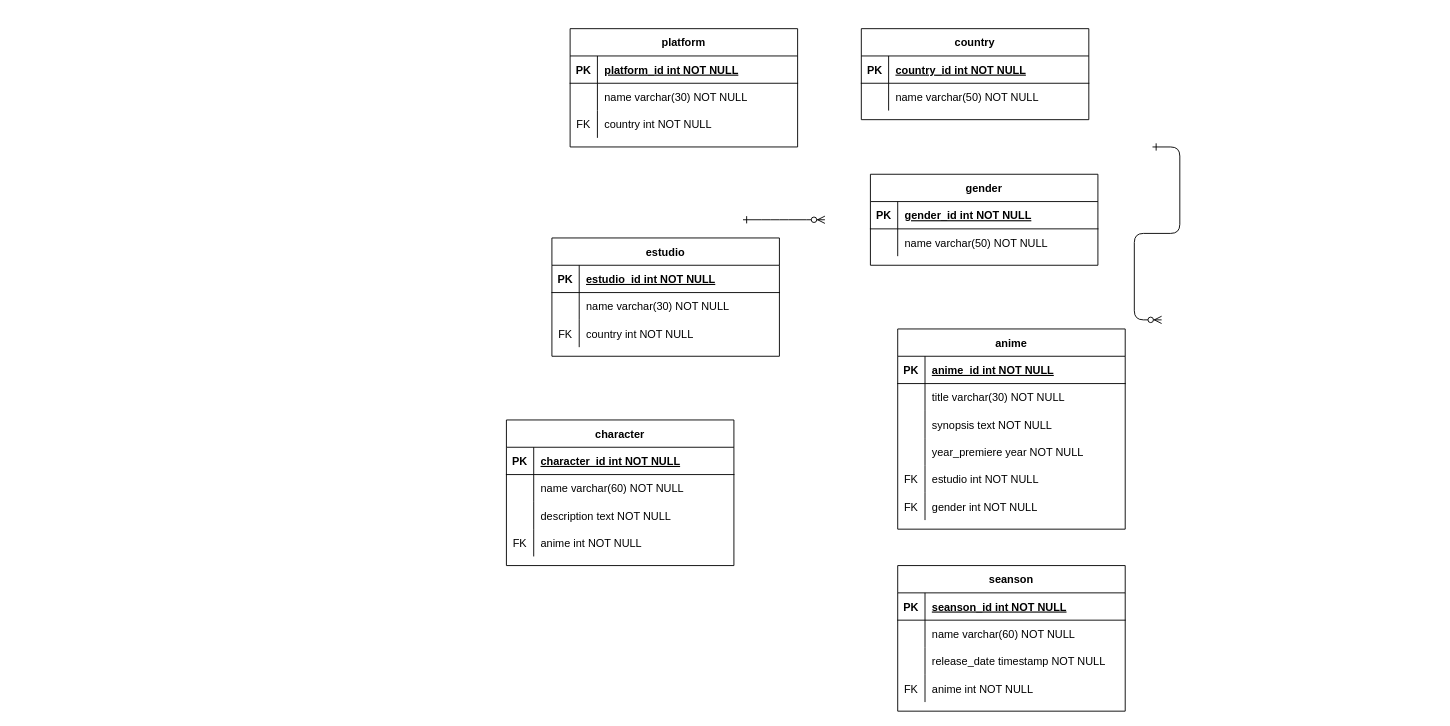
Before: Diagrama sin título.drawio in MasacradorM/suma-ejecicio, a draw.io diagram. Source tidied: cells renumbered, new cells numbered last; positions are measured from the earlier drawing's top-left corner, leaving out a move shared by most shapes. Both pictures are drawn from the tidied source at 91%, with x=0, y=0 at pixel (506, 28).
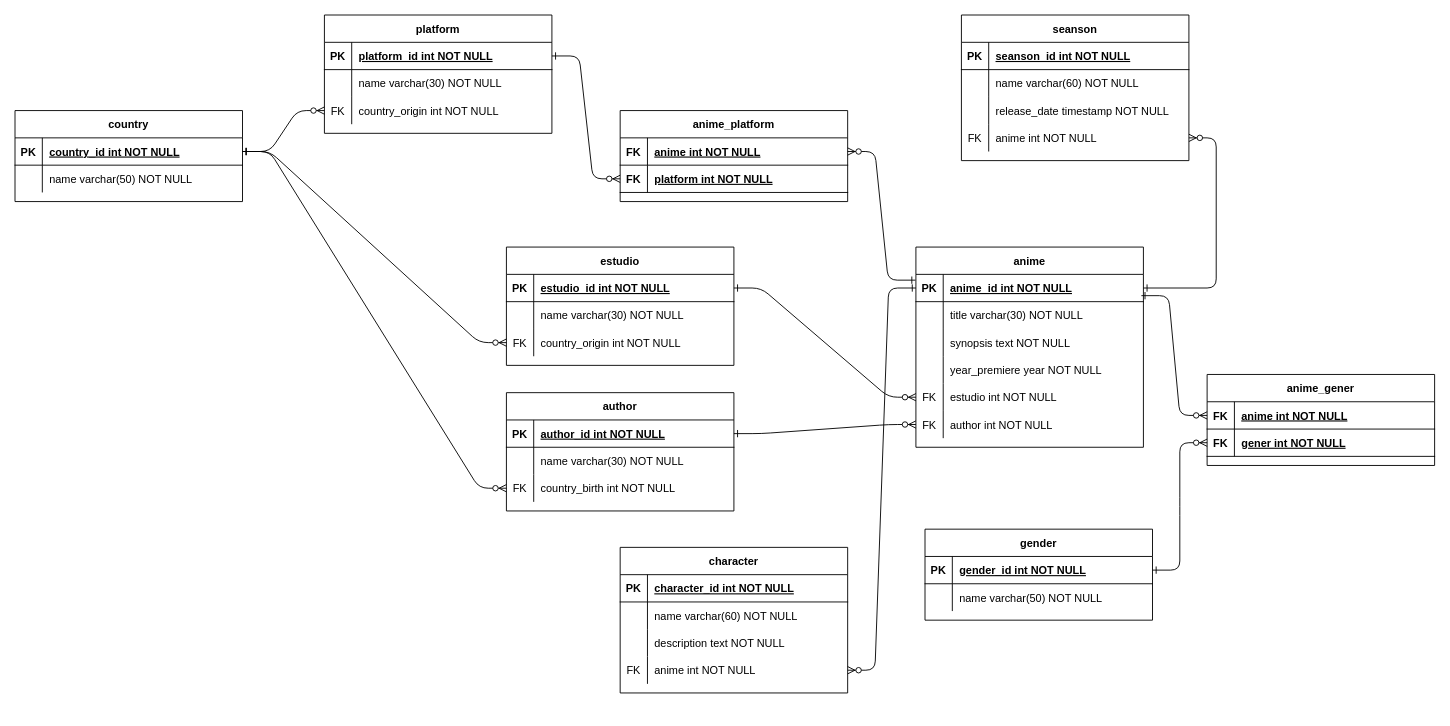
Above is the later version.

Commit message:
MER Practica Java finalizado.drawio

Unchanged cells that the change refers to:
```xml
<mxCell id="5" style="shape=partialRectangle;fillColor=none;points=[[0,0.5],[1,0.5]];portConstraint=eastwest;top=0;left=0;right=0;bottom=1;" parent="4" vertex="1">
  <mxGeometry y="30" width="250" height="30" as="geometry" />
</mxCell>
<mxCell id="12" style="shape=partialRectangle;fillColor=none;points=[[0,0.5],[1,0.5]];portConstraint=eastwest;top=0;left=0;right=0;bottom=1;" parent="11" vertex="1">
  <mxGeometry y="30" width="250" height="30" as="geometry" />
</mxCell>
<mxCell id="19" style="shape=partialRectangle;fillColor=none;points=[[0,0.5],[1,0.5]];portConstraint=eastwest;top=0;left=0;right=0;bottom=1;" parent="18" vertex="1">
  <mxGeometry y="30" width="250" height="30" as="geometry" />
</mxCell>
<mxCell id="25" style="shape=partialRectangle;fillColor=none;points=[[0,0.5],[1,0.5]];portConstraint=eastwest;top=0;left=0;right=0;bottom=0;" parent="18" vertex="1">
  <mxGeometry y="90" width="250" height="30" as="geometry" />
</mxCell>
<mxCell id="29" style="shape=partialRectangle;fillColor=none;points=[[0,0.5],[1,0.5]];portConstraint=eastwest;top=0;left=0;right=0;bottom=1;" parent="28" vertex="1">
  <mxGeometry y="30" width="250" height="30" as="geometry" />
</mxCell>
<mxCell id="35" style="shape=partialRectangle;fillColor=none;points=[[0,0.5],[1,0.5]];portConstraint=eastwest;top=0;left=0;right=0;bottom=0;" parent="28" vertex="1">
  <mxGeometry y="90" width="250" height="30" as="geometry" />
</mxCell>
<mxCell id="39" style="shape=partialRectangle;fillColor=none;points=[[0,0.5],[1,0.5]];portConstraint=eastwest;top=0;left=0;right=0;bottom=1;" parent="38" vertex="1">
  <mxGeometry y="30" width="250" height="30" as="geometry" />
</mxCell>
<mxCell id="51" style="shape=partialRectangle;fillColor=none;points=[[0,0.5],[1,0.5]];portConstraint=eastwest;top=0;left=0;right=0;bottom=0;" parent="38" vertex="1">
  <mxGeometry y="150" width="250" height="30" as="geometry" />
</mxCell>
<mxCell id="54" style="shape=partialRectangle;fillColor=none;points=[[0,0.5],[1,0.5]];portConstraint=eastwest;top=0;left=0;right=0;bottom=0;" parent="38" vertex="1">
  <mxGeometry y="180" width="250" height="30" as="geometry" />
</mxCell>
<mxCell id="67" style="shape=partialRectangle;fillColor=none;points=[[0,0.5],[1,0.5]];portConstraint=eastwest;top=0;left=0;right=0;bottom=0;" parent="57" vertex="1">
  <mxGeometry y="120" width="250" height="30" as="geometry" />
</mxCell>
<mxCell id="80" style="shape=partialRectangle;fillColor=none;points=[[0,0.5],[1,0.5]];portConstraint=eastwest;top=0;left=0;right=0;bottom=0;" parent="70" vertex="1">
  <mxGeometry y="120" width="250" height="30" as="geometry" />
</mxCell>
```

What changed in the source:
```diff
@@
-    <mxCell id="2" style="edgeStyle=entityRelationEdgeStyle;endArrow=ERzeroToMany;startArrow=ERone;endFill=1;startFill=0;" parent="1" edge="1">
+    <mxCell id="2" style="edgeStyle=entityRelationEdgeStyle;endArrow=ERzeroToMany;startArrow=ERone;endFill=1;startFill=0;entryX=0;entryY=0.5;entryDx=0;entryDy=0;exitX=1;exitY=0.5;exitDx=0;exitDy=0;" parent="1" edge="1" source="29" target="51">
       <mxGeometry relative="1" as="geometry">
-        <mxPoint x="260" y="210" as="sourcePoint" />
-        <mxPoint x="350" y="210" as="targetPoint" />
         <Array as="points">
-          <mxPoint x="270" y="280" />
-          <mxPoint x="350" y="90" />
-          <mxPoint x="370" y="110" />
-          <mxPoint x="370" y="80" />
+          <mxPoint x="290" y="380" />
+          <mxPoint x="370" y="190" />
+          <mxPoint x="390" y="210" />
+          <mxPoint x="390" y="180" />
         </Array>
       </mxGeometry>
     </mxCell>
-    <mxCell id="3" style="edgeStyle=entityRelationEdgeStyle;endArrow=ERzeroToMany;startArrow=ERone;endFill=1;startFill=0;" parent="1" edge="1">
-      <mxGeometry relative="1" as="geometry">
-        <mxPoint x="710" y="130" as="sourcePoint" />
-        <mxPoint x="720" y="320" as="targetPoint" />
-      </mxGeometry>
+    <mxCell id="3" style="edgeStyle=entityRelationEdgeStyle;endArrow=ERzeroToMany;startArrow=ERone;endFill=1;startFill=0;" parent="1" edge="1" source="39" target="80">
+      <mxGeometry relative="1" as="geometry" />
     </mxCell>
     <mxCell id="4" value="country" style="shape=table;startSize=30;childLayout=tableLayout;rowLines=0;fontStyle=1;align=center;" parent="1" vertex="1">
-      <mxGeometry x="390" width="250" height="100" as="geometry" />
+      <mxGeometry x="-540" y="90" width="250" height="100" as="geometry" />
     </mxCell>
@@
     <mxCell id="11" value="gender" style="shape=table;startSize=30;childLayout=tableLayout;rowLines=0;fontStyle=1;align=center;" parent="1" vertex="1">
-      <mxGeometry x="400" y="160" width="250" height="100" as="geometry" />
+      <mxGeometry x="460" y="550" width="250" height="100" as="geometry" />
     </mxCell>
@@
     <mxCell id="18" value="platform" style="shape=table;startSize=30;childLayout=tableLayout;rowLines=0;fontStyle=1;align=center;" parent="1" vertex="1">
-      <mxGeometry x="70" width="250" height="130" as="geometry" />
+      <mxGeometry x="-200" y="-15" width="250" height="130" as="geometry" />
     </mxCell>
@@
-    <mxCell id="27" value="country int NOT NULL" style="shape=partialRectangle;overflow=hidden;fillColor=none;top=0;left=0;bottom=0;right=0;align=left;spacingLeft=6;" parent="25" vertex="1">
+    <mxCell id="27" value="country_origin int NOT NULL" style="shape=partialRectangle;overflow=hidden;fillColor=none;top=0;left=0;bottom=0;right=0;align=left;spacingLeft=6;" parent="25" vertex="1">
       <mxGeometry x="30" width="220" height="30" as="geometry" />
     </mxCell>
     <mxCell id="28" value="estudio" style="shape=table;startSize=30;childLayout=tableLayout;rowLines=0;fontStyle=1;align=center;" parent="1" vertex="1">
-      <mxGeometry x="50" y="230" width="250" height="130" as="geometry" />
+      <mxGeometry y="240" width="250" height="130" as="geometry" />
     </mxCell>
@@
-    <mxCell id="37" value="country int NOT NULL" style="shape=partialRectangle;overflow=hidden;fillColor=none;top=0;left=0;bottom=0;right=0;align=left;spacingLeft=6;" parent="35" vertex="1">
+    <mxCell id="37" value="country_origin int NOT NULL" style="shape=partialRectangle;overflow=hidden;fillColor=none;top=0;left=0;bottom=0;right=0;align=left;spacingLeft=6;" parent="35" vertex="1">
       <mxGeometry x="30" width="220" height="30" as="geometry" />
     </mxCell>
     <mxCell id="38" value="anime" style="shape=table;startSize=30;childLayout=tableLayout;rowLines=0;fontStyle=1;align=center;" parent="1" vertex="1">
-      <mxGeometry x="430" y="330" width="250" height="220" as="geometry" />
+      <mxGeometry x="450" y="240" width="250" height="220" as="geometry" />
     </mxCell>
@@
-    <mxCell id="55" value="FK" style="shape=partialRectangle;overflow=hidden;fillColor=none;top=0;left=0;bottom=0;right=0;" parent="54" vertex="1">
-      <mxGeometry width="30" height="30" as="geometry" />
-    </mxCell>
-    <mxCell id="56" value="gender int NOT NULL" style="shape=partialRectangle;overflow=hidden;fillColor=none;top=0;left=0;bottom=0;right=0;align=left;spacingLeft=6;" parent="54" vertex="1">
-      <mxGeometry x="30" width="220" height="30" as="geometry" />
-    </mxCell>
+    <mxCell id="83" value="FK" style="shape=partialRectangle;overflow=hidden;fillColor=none;top=0;left=0;bottom=0;right=0;" parent="54" vertex="1">
+      <mxGeometry width="30" height="30" as="geometry" />
+    </mxCell>
+    <mxCell id="84" value="author int NOT NULL" style="shape=partialRectangle;overflow=hidden;fillColor=none;top=0;left=0;bottom=0;right=0;align=left;spacingLeft=6;" parent="54" vertex="1">
+      <mxGeometry x="30" width="220" height="30" as="geometry" />
+    </mxCell>
     <mxCell id="57" value="character" style="shape=table;startSize=30;childLayout=tableLayout;rowLines=0;fontStyle=1;align=center;" parent="1" vertex="1">
-      <mxGeometry y="430" width="250" height="160" as="geometry" />
+      <mxGeometry x="125" y="570" width="250" height="160" as="geometry" />
     </mxCell>
@@
     <mxCell id="70" value="seanson" style="shape=table;startSize=30;childLayout=tableLayout;rowLines=0;fontStyle=1;align=center;" parent="1" vertex="1">
-      <mxGeometry x="430" y="590" width="250" height="160" as="geometry" />
+      <mxGeometry x="500" y="-15" width="250" height="160" as="geometry" />
     </mxCell>
@@
+    <mxCell id="85" value="anime_platform" style="shape=table;startSize=30;childLayout=tableLayout;rowLines=0;fontStyle=1;align=center;" parent="1" vertex="1">
+      <mxGeometry x="125" y="90" width="250" height="100" as="geometry" />
+    </mxCell>
+    <mxCell id="86" style="shape=partialRectangle;fillColor=none;points=[[0,0.5],[1,0.5]];portConstraint=eastwest;top=0;left=0;right=0;bottom=1;" parent="85" vertex="1">
+      <mxGeometry y="30" width="250" height="30" as="geometry" />
+    </mxCell>
+    <mxCell id="87" value="FK" style="shape=partialRectangle;overflow=hidden;fillColor=none;top=0;left=0;bottom=0;right=0;fontStyle=1;" parent="86" vertex="1">
+      <mxGeometry width="30" height="30" as="geometry" />
+    </mxCell>
+    <mxCell id="88" value="anime int NOT NULL" style="shape=partialRectangle;overflow=hidden;fillColor=none;top=0;left=0;bottom=0;right=0;align=left;spacingLeft=6;fontStyle=5;" parent="86" vertex="1">
+      <mxGeometry x="30" width="220" height="30" as="geometry" />
+    </mxCell>
+    <mxCell id="89" style="shape=partialRectangle;fillColor=none;points=[[0,0.5],[1,0.5]];portConstraint=eastwest;top=0;left=0;right=0;bottom=1;" parent="85" vertex="1">
+      <mxGeometry y="60" width="250" height="30" as="geometry" />
+    </mxCell>
+    <mxCell id="90" value="FK" style="shape=partialRectangle;overflow=hidden;fillColor=none;top=0;left=0;bottom=0;right=0;fontStyle=1;" parent="89" vertex="1">
+      <mxGeometry width="30" height="30" as="geometry" />
+    </mxCell>
+    <mxCell id="91" value="platform int NOT NULL" style="shape=partialRectangle;overflow=hidden;fillColor=none;top=0;left=0;bottom=0;right=0;align=left;spacingLeft=6;fontStyle=5;" parent="89" vertex="1">
+      <mxGeometry x="30" width="220" height="30" as="geometry" />
+    </mxCell>
+    <mxCell id="92" value="anime_gener" style="shape=table;startSize=30;childLayout=tableLayout;rowLines=0;fontStyle=1;align=center;" parent="1" vertex="1">
+      <mxGeometry x="770" y="380" width="250" height="100" as="geometry" />
+    </mxCell>
+    <mxCell id="93" style="shape=partialRectangle;fillColor=none;points=[[0,0.5],[1,0.5]];portConstraint=eastwest;top=0;left=0;right=0;bottom=1;" parent="92" vertex="1">
+      <mxGeometry y="30" width="250" height="30" as="geometry" />
+    </mxCell>
+    <mxCell id="94" value="FK" style="shape=partialRectangle;overflow=hidden;fillColor=none;top=0;left=0;bottom=0;right=0;fontStyle=1;" parent="93" vertex="1">
+      <mxGeometry width="30" height="30" as="geometry" />
+    </mxCell>
+    <mxCell id="95" value="anime int NOT NULL" style="shape=partialRectangle;overflow=hidden;fillColor=none;top=0;left=0;bottom=0;right=0;align=left;spacingLeft=6;fontStyle=5;" parent="93" vertex="1">
+      <mxGeometry x="30" width="220" height="30" as="geometry" />
+    </mxCell>
+    <mxCell id="96" style="shape=partialRectangle;fillColor=none;points=[[0,0.5],[1,0.5]];portConstraint=eastwest;top=0;left=0;right=0;bottom=1;" parent="92" vertex="1">
+      <mxGeometry y="60" width="250" height="30" as="geometry" />
+    </mxCell>
+    <mxCell id="97" value="FK" style="shape=partialRectangle;overflow=hidden;fillColor=none;top=0;left=0;bottom=0;right=0;fontStyle=1;" parent="96" vertex="1">
+      <mxGeometry width="30" height="30" as="geometry" />
+    </mxCell>
+    <mxCell id="98" value="gener int NOT NULL" style="shape=partialRectangle;overflow=hidden;fillColor=none;top=0;left=0;bottom=0;right=0;align=left;spacingLeft=6;fontStyle=5;" parent="96" vertex="1">
+      <mxGeometry x="30" width="220" height="30" as="geometry" />
+    </mxCell>
+    <mxCell id="99" style="edgeStyle=entityRelationEdgeStyle;endArrow=ERzeroToMany;startArrow=ERone;endFill=1;startFill=0;exitX=1;exitY=0.5;exitDx=0;exitDy=0;entryX=0;entryY=0.5;entryDx=0;entryDy=0;" parent="1" edge="1" source="12" target="96">
+      <mxGeometry relative="1" as="geometry">
+        <Array as="points">
+          <mxPoint x="50" y="550" />
+          <mxPoint y="670" />
+          <mxPoint x="130" y="360" />
+          <mxPoint x="150" y="380" />
+          <mxPoint x="150" y="350" />
+        </Array>
+      </mxGeometry>
+    </mxCell>
+    <mxCell id="100" style="edgeStyle=entityRelationEdgeStyle;endArrow=ERzeroToMany;startArrow=ERone;endFill=1;startFill=0;exitX=0.991;exitY=0.78;exitDx=0;exitDy=0;exitPerimeter=0;entryX=0;entryY=0.5;entryDx=0;entryDy=0;" parent="1" edge="1" source="39" target="93">
+      <mxGeometry relative="1" as="geometry">
+        <Array as="points">
+          <mxPoint x="370" y="520" />
+          <mxPoint x="450" y="330" />
+          <mxPoint x="810" y="360" />
+          <mxPoint x="470" y="350" />
+          <mxPoint x="470" y="320" />
+        </Array>
+      </mxGeometry>
+    </mxCell>
+    <mxCell id="101" style="edgeStyle=entityRelationEdgeStyle;endArrow=ERzeroToMany;startArrow=ERone;endFill=1;startFill=0;exitX=1;exitY=0.5;exitDx=0;exitDy=0;entryX=0;entryY=0.5;entryDx=0;entryDy=0;" parent="1" edge="1" source="19" target="89">
+      <mxGeometry relative="1" as="geometry">
+        <Array as="points">
+          <mxPoint x="80" y="90" />
+          <mxPoint x="160" y="-100" />
+          <mxPoint x="180" y="-80" />
+          <mxPoint x="180" y="-110" />
+        </Array>
+      </mxGeometry>
+    </mxCell>
+    <mxCell id="102" style="edgeStyle=entityRelationEdgeStyle;endArrow=ERzeroToMany;startArrow=ERone;endFill=1;startFill=0;exitX=-0.002;exitY=0.212;exitDx=0;exitDy=0;exitPerimeter=0;" parent="1" edge="1" source="39" target="86">
+      <mxGeometry relative="1" as="geometry">
+        <Array as="points">
+          <mxPoint x="390" y="250" />
+          <mxPoint x="470" y="60" />
+          <mxPoint x="490" y="80" />
+          <mxPoint x="490" y="50" />
+        </Array>
+      </mxGeometry>
+    </mxCell>
+    <mxCell id="103" style="edgeStyle=entityRelationEdgeStyle;endArrow=ERzeroToMany;startArrow=ERone;endFill=1;startFill=0;exitX=0;exitY=0.5;exitDx=0;exitDy=0;entryX=1;entryY=0.5;entryDx=0;entryDy=0;" parent="1" edge="1" source="39" target="67">
+      <mxGeometry relative="1" as="geometry">
+        <Array as="points">
+          <mxPoint x="490" y="700" />
+          <mxPoint x="570" y="510" />
+          <mxPoint x="370" y="600" />
+          <mxPoint x="590" y="530" />
+          <mxPoint x="590" y="500" />
+        </Array>
+      </mxGeometry>
+    </mxCell>
+    <mxCell id="104" style="edgeStyle=entityRelationEdgeStyle;endArrow=ERzeroToMany;startArrow=ERone;endFill=1;startFill=0;entryX=0;entryY=0.5;entryDx=0;entryDy=0;exitX=1;exitY=0.5;exitDx=0;exitDy=0;" parent="1" edge="1" source="5" target="25">
+      <mxGeometry relative="1" as="geometry">
+        <Array as="points">
+          <mxPoint x="-300" y="320" />
+          <mxPoint x="-220" y="130" />
+          <mxPoint x="-200" y="150" />
+          <mxPoint x="-200" y="120" />
+        </Array>
+      </mxGeometry>
+    </mxCell>
+    <mxCell id="105" style="edgeStyle=entityRelationEdgeStyle;endArrow=ERzeroToMany;startArrow=ERone;endFill=1;startFill=0;exitX=1;exitY=0.5;exitDx=0;exitDy=0;entryX=0;entryY=0.5;entryDx=0;entryDy=0;" parent="1" edge="1" source="5" target="35">
+      <mxGeometry relative="1" as="geometry">
+        <Array as="points">
+          <mxPoint x="-250" y="290" />
+          <mxPoint x="-170" y="70" />
+          <mxPoint x="-170" y="100" />
+          <mxPoint x="-150" y="120" />
+          <mxPoint x="-150" y="90" />
+        </Array>
+      </mxGeometry>
+    </mxCell>
+    <mxCell id="106" value="author" style="shape=table;startSize=30;childLayout=tableLayout;rowLines=0;fontStyle=1;align=center;" parent="1" vertex="1">
+      <mxGeometry y="400" width="250" height="130" as="geometry" />
+    </mxCell>
+    <mxCell id="107" style="shape=partialRectangle;fillColor=none;points=[[0,0.5],[1,0.5]];portConstraint=eastwest;top=0;left=0;right=0;bottom=1;" parent="106" vertex="1">
+      <mxGeometry y="30" width="250" height="30" as="geometry" />
+    </mxCell>
+    <mxCell id="108" value="PK" style="shape=partialRectangle;overflow=hidden;fillColor=none;top=0;left=0;bottom=0;right=0;fontStyle=1;" parent="107" vertex="1">
+      <mxGeometry width="30" height="30" as="geometry" />
+    </mxCell>
+    <mxCell id="109" value="author_id int NOT NULL " style="shape=partialRectangle;overflow=hidden;fillColor=none;top=0;left=0;bottom=0;right=0;align=left;spacingLeft=6;fontStyle=5;" parent="107" vertex="1">
+      <mxGeometry x="30" width="220" height="30" as="geometry" />
+    </mxCell>
+    <mxCell id="110" style="shape=partialRectangle;fillColor=none;top=0;left=0;right=0;bottom=0;" parent="106" vertex="1">
+      <mxGeometry y="60" width="250" height="30" as="geometry" />
+    </mxCell>
+    <mxCell id="111" style="shape=partialRectangle;overflow=hidden;fillColor=none;top=0;left=0;bottom=0;right=0;" parent="110" vertex="1">
+      <mxGeometry width="30" height="30" as="geometry" />
+    </mxCell>
+    <mxCell id="112" value="name varchar(30) NOT NULL" style="shape=partialRectangle;overflow=hidden;fillColor=none;top=0;left=0;bottom=0;right=0;align=left;spacingLeft=6;" parent="110" vertex="1">
+      <mxGeometry x="30" width="220" height="30" as="geometry" />
+    </mxCell>
+    <mxCell id="113" style="shape=partialRectangle;fillColor=none;points=[[0,0.5],[1,0.5]];portConstraint=eastwest;top=0;left=0;right=0;bottom=0;" parent="106" vertex="1">
+      <mxGeometry y="90" width="250" height="30" as="geometry" />
+    </mxCell>
+    <mxCell id="114" value="FK" style="shape=partialRectangle;overflow=hidden;fillColor=none;top=0;left=0;bottom=0;right=0;" parent="113" vertex="1">
+      <mxGeometry width="30" height="30" as="geometry" />
+    </mxCell>
+    <mxCell id="115" value="country_birth int NOT NULL" style="shape=partialRectangle;overflow=hidden;fillColor=none;top=0;left=0;bottom=0;right=0;align=left;spacingLeft=6;" parent="113" vertex="1">
+      <mxGeometry x="30" width="220" height="30" as="geometry" />
+    </mxCell>
+    <mxCell id="116" style="edgeStyle=entityRelationEdgeStyle;endArrow=ERzeroToMany;startArrow=ERone;endFill=1;startFill=0;entryX=0;entryY=0.5;entryDx=0;entryDy=0;exitX=1;exitY=0.5;exitDx=0;exitDy=0;" parent="1" edge="1" source="107" target="54">
+      <mxGeometry relative="1" as="geometry">
+        <Array as="points">
+          <mxPoint x="280" y="475" />
+          <mxPoint x="360" y="285" />
+          <mxPoint x="380" y="305" />
+          <mxPoint x="380" y="275" />
+        </Array>
+      </mxGeometry>
+    </mxCell>
+    <mxCell id="117" style="edgeStyle=entityRelationEdgeStyle;endArrow=ERzeroToMany;startArrow=ERone;endFill=1;startFill=0;exitX=1;exitY=0.5;exitDx=0;exitDy=0;" parent="1" edge="1" source="5" target="113">
+      <mxGeometry relative="1" as="geometry">
+        <Array as="points">
+          <mxPoint x="-260" y="325" />
+          <mxPoint x="-180" y="105" />
+          <mxPoint x="-180" y="135" />
+          <mxPoint x="-160" y="155" />
+          <mxPoint x="-160" y="125" />
+        </Array>
+      </mxGeometry>
+    </mxCell>
```
